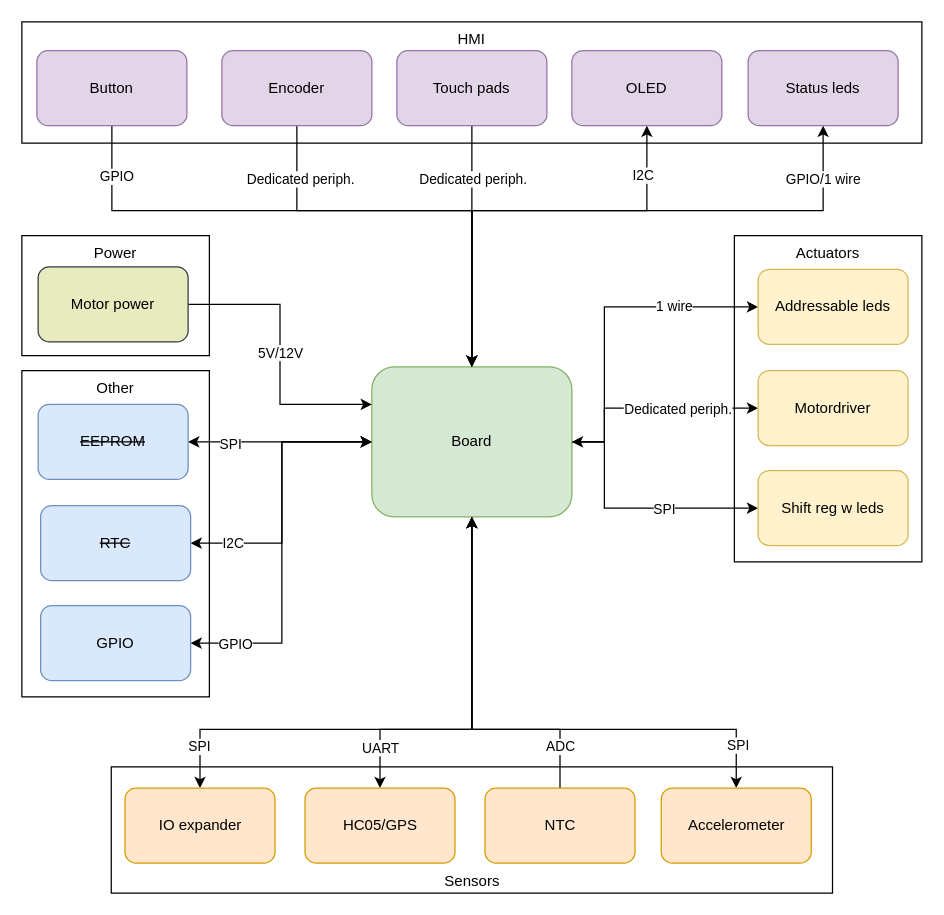
The draw.io diagram Docs/hardware diagram.drawio in EmielV2002/FRDM_MCXx_SensHat, before the edit. Source tidied: cells renumbered, new cells numbered last; positions are measured from the earlier drawing's top-left corner, leaving out a move shared by most shapes. Both pictures are drawn from the tidied source at 125%, with x=0, y=0 at pixel (21, 21).
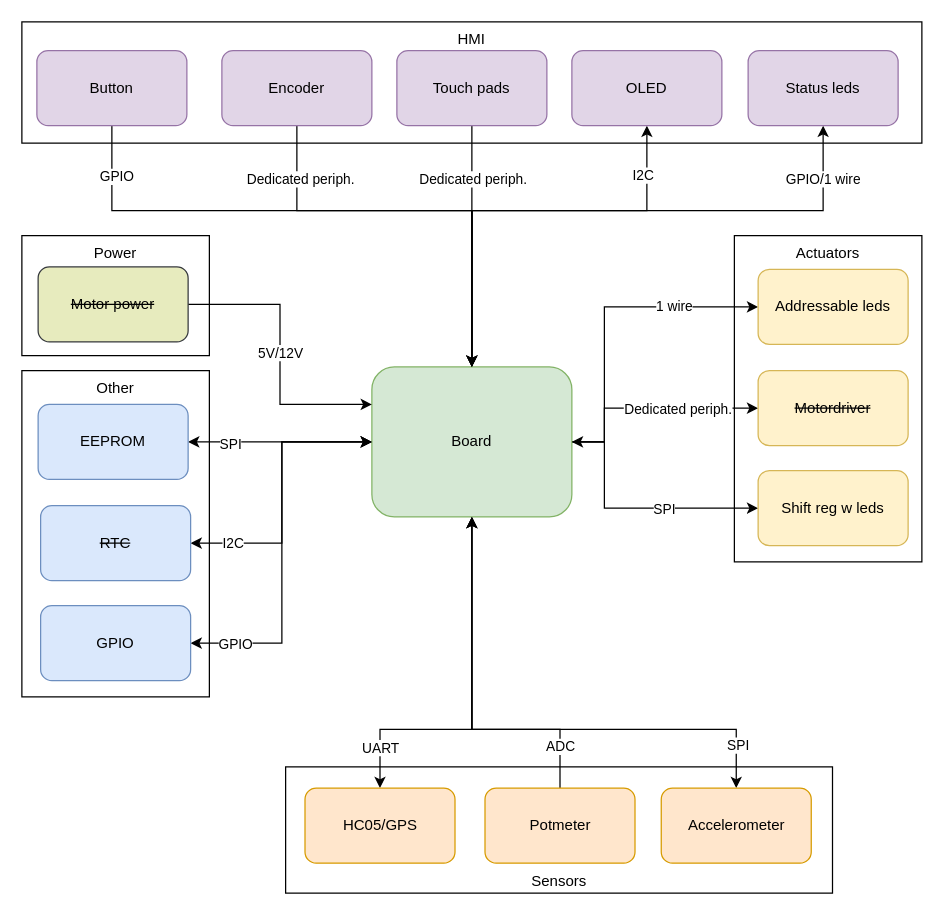
Above is the later version.

Unchanged cells that the change refers to:
```xml
<mxCell id="10" value="Board" style="rounded=1;whiteSpace=wrap;html=1;fillColor=#d5e8d4;strokeColor=#82b366;" parent="1" vertex="1">
  <mxGeometry x="280" y="276" width="160" height="120" as="geometry" />
</mxCell>
```

Change to the diagram source:
```diff
@@
     <mxCell id="4" value="Sensors" style="rounded=0;whiteSpace=wrap;html=1;verticalAlign=bottom;" parent="1" vertex="1">
-      <mxGeometry x="71.5" y="596" width="577" height="101" as="geometry" />
+      <mxGeometry x="211" y="596" width="437.5" height="101" as="geometry" />
     </mxCell>
@@
-    <mxCell id="14" value="NTC" style="whiteSpace=wrap;html=1;rounded=1;fillColor=#ffe6cc;strokeColor=#d79b00;" parent="1" vertex="1">
+    <mxCell id="14" value="Potmeter" style="whiteSpace=wrap;html=1;rounded=1;fillColor=#ffe6cc;strokeColor=#d79b00;" parent="1" vertex="1">
       <mxGeometry x="370.5" y="613" width="120" height="60" as="geometry" />
     </mxCell>
@@
-    <mxCell id="21" value="Motor power" style="whiteSpace=wrap;html=1;rounded=1;fillColor=#E7EBBE;strokeColor=#36393d;" parent="1" vertex="1">
+    <mxCell id="21" value="&lt;strike&gt;Motor power&lt;/strike&gt;" style="whiteSpace=wrap;html=1;rounded=1;fillColor=#E7EBBE;strokeColor=#36393d;" parent="1" vertex="1">
       <mxGeometry x="13" y="196" width="120" height="60" as="geometry" />
     </mxCell>
-    <mxCell id="22" value="Motordriver" style="whiteSpace=wrap;html=1;rounded=1;fillColor=#fff2cc;strokeColor=#d6b656;" parent="1" vertex="1">
+    <mxCell id="22" value="&lt;strike&gt;Motordriver&lt;/strike&gt;" style="whiteSpace=wrap;html=1;rounded=1;fillColor=#fff2cc;strokeColor=#d6b656;" parent="1" vertex="1">
       <mxGeometry x="589" y="279" width="120" height="60" as="geometry" />
     </mxCell>
@@
-    <mxCell id="32" style="edgeStyle=orthogonalEdgeStyle;rounded=0;jettySize=auto;html=1;exitX=0.5;exitY=0;exitDx=0;exitDy=0;entryX=0.5;entryY=1;entryDx=0;entryDy=0;startArrow=classic;startFill=1;" parent="1" edge="1" source="34" target="10">
-      <mxGeometry relative="1" as="geometry">
-        <Array as="points">
-          <mxPoint x="143" y="566" />
-          <mxPoint x="360" y="566" />
-        </Array>
-      </mxGeometry>
-    </mxCell>
-    <mxCell id="33" value="SPI" style="edgeLabel;html=1;align=center;verticalAlign=middle;" parent="32" vertex="1">
-      <mxGeometry x="-0.76" relative="1" as="geometry">
-        <mxPoint x="-6" y="13" as="offset" />
-      </mxGeometry>
-    </mxCell>
-    <mxCell id="34" value="IO expander" style="whiteSpace=wrap;html=1;rounded=1;fillColor=#ffe6cc;strokeColor=#d79b00;" parent="1" vertex="1">
-      <mxGeometry x="82.5" y="613" width="120" height="60" as="geometry" />
-    </mxCell>
@@
-    <mxCell id="47" value="&lt;strike&gt;EEPROM&lt;/strike&gt;" style="whiteSpace=wrap;html=1;rounded=1;fillColor=#dae8fc;strokeColor=#6c8ebf;" parent="1" vertex="1">
+    <mxCell id="47" value="EEPROM" style="whiteSpace=wrap;html=1;rounded=1;fillColor=#dae8fc;strokeColor=#6c8ebf;" parent="1" vertex="1">
       <mxGeometry x="13" y="306" width="120" height="60" as="geometry" />
     </mxCell>
```
